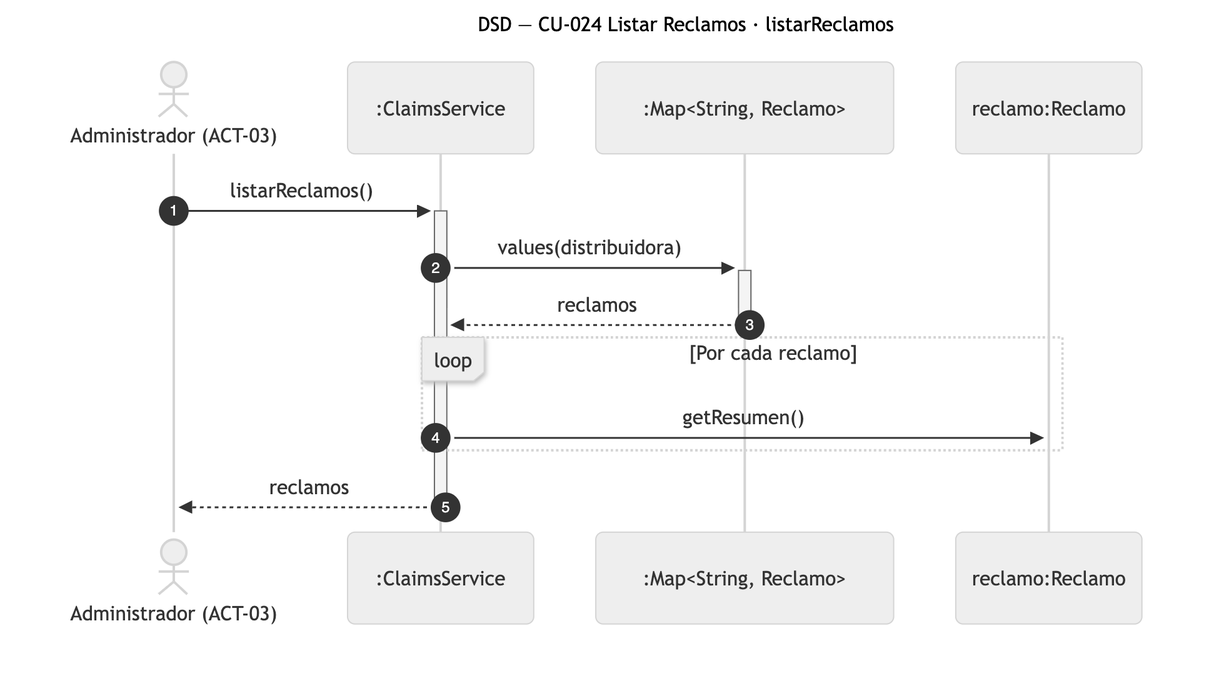
Above: diagramas/png/DSD_CU-024_listarReclamos.png in Nahuelito-Dev/splg-docs (Mermaid), before the change. Its source is kept beside it as diagramas/DSD_CU-024_listarReclamos.mmd. Source of this version:
```mermaid
sequenceDiagram
    title DSD — CU-024 Listar Reclamos · listarReclamos
    autonumber
    actor ADM as Administrador (ACT-03)
    participant SRV as :ClaimsService
    participant COL as :Map#lt;String, Reclamo#gt;
    participant REC as reclamo:Reclamo

    ADM->>+SRV: listarReclamos()
    SRV->>+COL: values(distribuidora)
    COL-->>-SRV: reclamos
    loop Por cada reclamo
        SRV->>REC: getResumen()
    end
    SRV-->>-ADM: reclamos
```
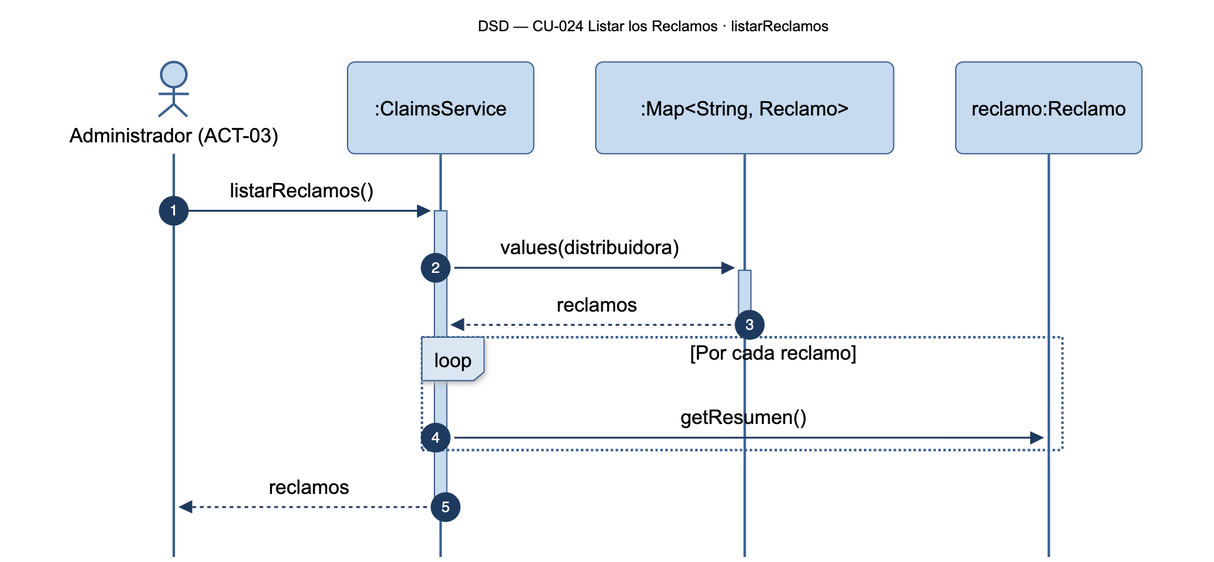
Later version of the same file.

The edit, as a diff of the source:
```diff
@@ -1,5 +1,5 @@
 sequenceDiagram
-    title DSD — CU-024 Listar Reclamos · listarReclamos
+    title DSD — CU-024 Listar los Reclamos · listarReclamos
     autonumber
     actor ADM as Administrador (ACT-03)
     participant SRV as :ClaimsService
```
